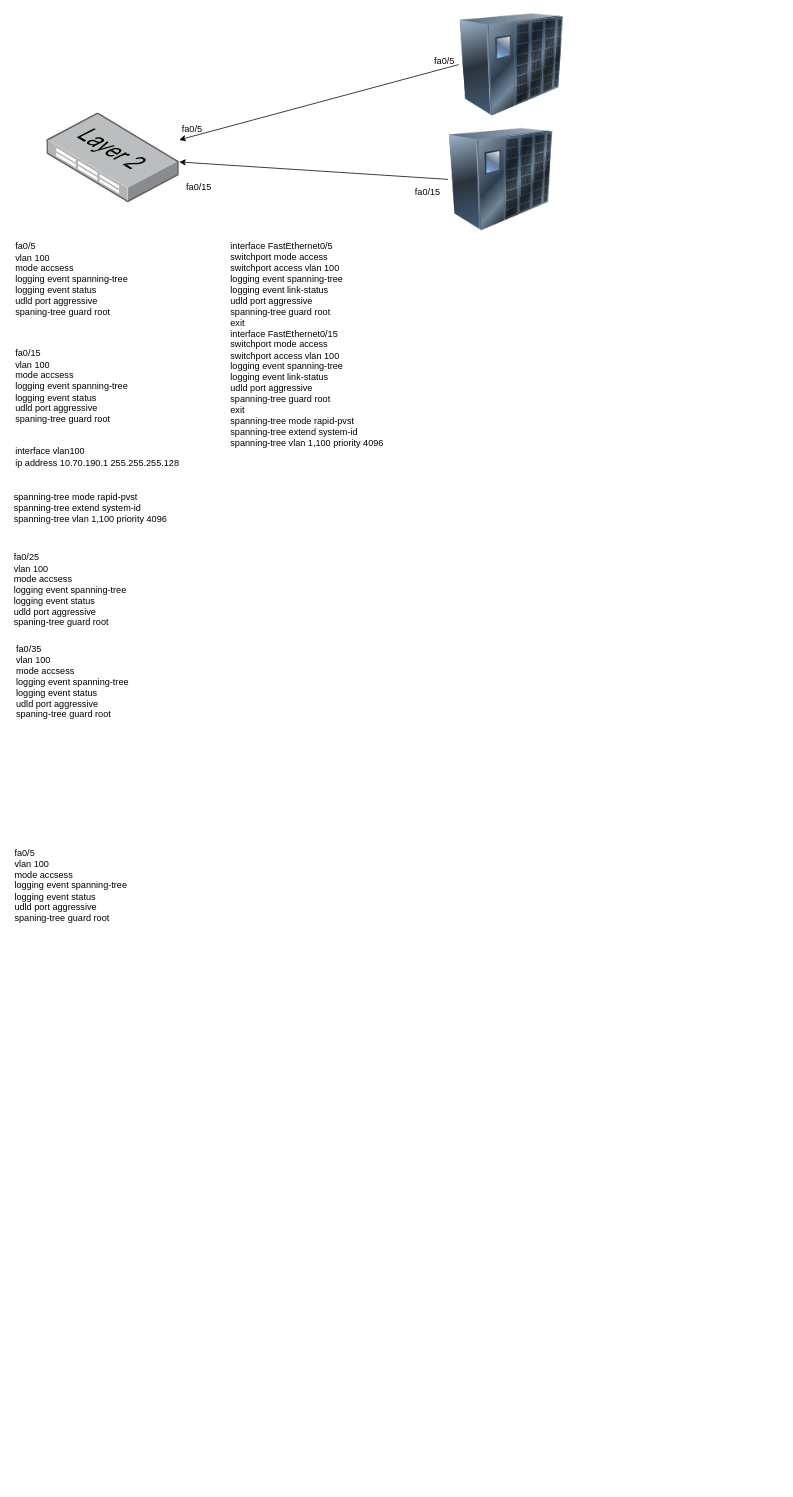
The draw.io diagram 名称未設定ファイル.drawio in kyforprogram/ccna, before the edit. Source tidied: cells renumbered, new cells numbered last; positions are measured from the earlier drawing's top-left corner, leaving out a move shared by most shapes. Both pictures are drawn from the tidied source at 76%, with x=0, y=0 at pixel (12, 13).
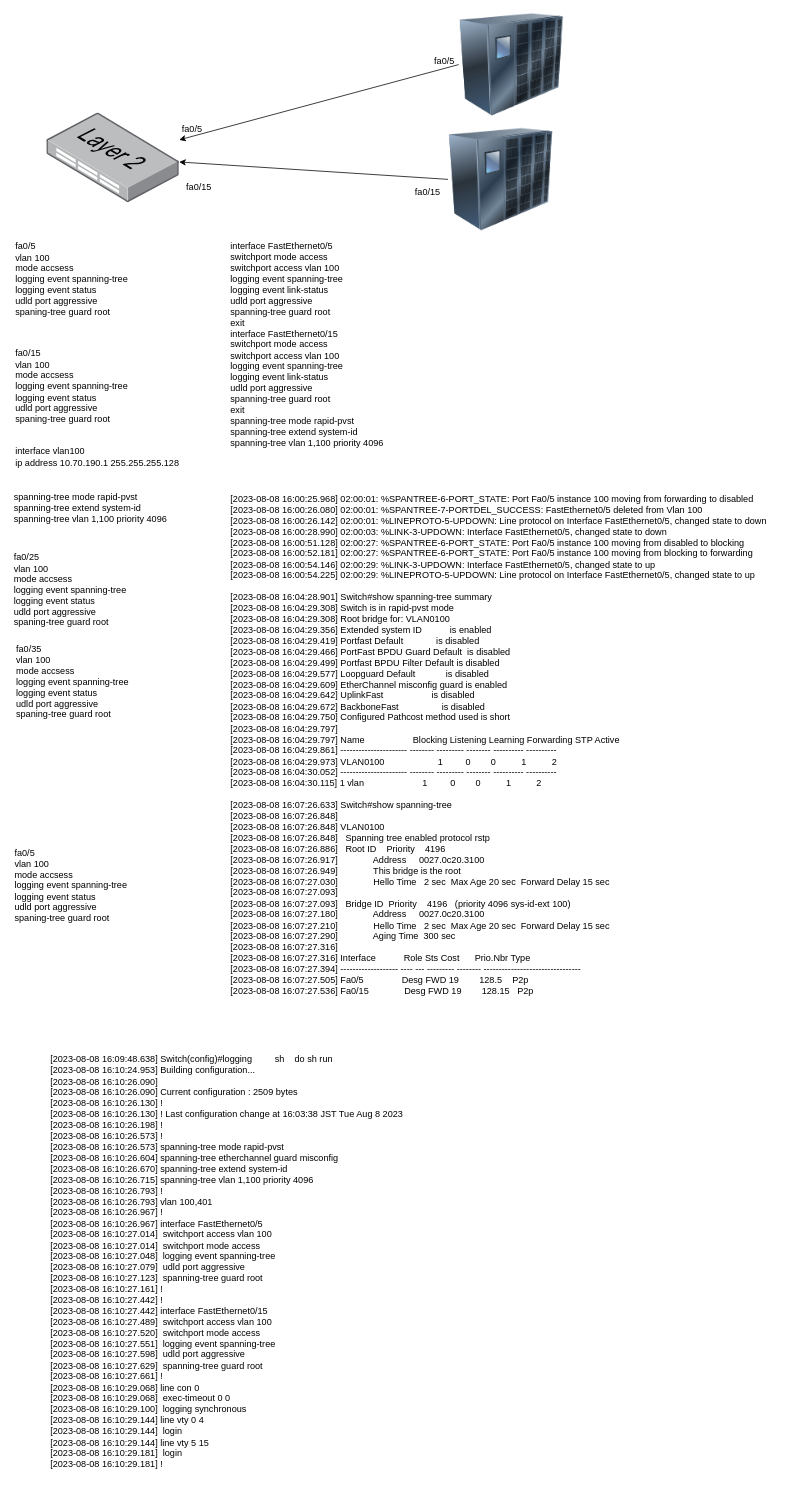
The same diagram, later.

Commit message:
名称未設定ファイル.drawio を更新します

What changed in the source:
```diff
@@
+    <mxCell id="19" value="&lt;div&gt;[2023-08-08 16:00:25.968] 02:00:01: %SPANTREE-6-PORT_STATE: Port Fa0/5 instance 100 moving from forwarding to disabled&lt;/div&gt;&lt;div&gt;[2023-08-08 16:00:26.080] 02:00:01: %SPANTREE-7-PORTDEL_SUCCESS: FastEthernet0/5 deleted from Vlan 100&lt;/div&gt;&lt;div&gt;[2023-08-08 16:00:26.142] 02:00:01: %LINEPROTO-5-UPDOWN: Line protocol on Interface FastEthernet0/5, changed state to down&lt;/div&gt;&lt;div&gt;[2023-08-08 16:00:28.990] 02:00:03: %LINK-3-UPDOWN: Interface FastEthernet0/5, changed state to down&lt;/div&gt;&lt;div&gt;[2023-08-08 16:00:51.128] 02:00:27: %SPANTREE-6-PORT_STATE: Port Fa0/5 instance 100 moving from disabled to blocking&lt;/div&gt;&lt;div&gt;[2023-08-08 16:00:52.181] 02:00:27: %SPANTREE-6-PORT_STATE: Port Fa0/5 instance 100 moving from blocking to forwarding&lt;/div&gt;&lt;div&gt;[2023-08-08 16:00:54.146] 02:00:29: %LINK-3-UPDOWN: Interface FastEthernet0/5, changed state to up&lt;/div&gt;&lt;div&gt;[2023-08-08 16:00:54.225] 02:00:29: %LINEPROTO-5-UPDOWN: Line protocol on Interface FastEthernet0/5, changed state to up&lt;/div&gt;&lt;div&gt;&lt;br&gt;&lt;/div&gt;&lt;div&gt;[2023-08-08 16:04:28.901] Switch#show spanning-tree summary&amp;nbsp;&lt;/div&gt;&lt;div&gt;[2023-08-08 16:04:29.308] Switch is in rapid-pvst mode&lt;/div&gt;&lt;div&gt;[2023-08-08 16:04:29.308] Root bridge for: VLAN0100&lt;/div&gt;&lt;div&gt;[2023-08-08 16:04:29.356] Extended system ID&amp;nbsp; &amp;nbsp; &amp;nbsp; &amp;nbsp; &amp;nbsp; &amp;nbsp;is enabled&lt;/div&gt;&lt;div&gt;[2023-08-08 16:04:29.419] Portfast Default&amp;nbsp; &amp;nbsp; &amp;nbsp; &amp;nbsp; &amp;nbsp; &amp;nbsp; &amp;nbsp;is disabled&lt;/div&gt;&lt;div&gt;[2023-08-08 16:04:29.466] PortFast BPDU Guard Default&amp;nbsp; is disabled&lt;/div&gt;&lt;div&gt;[2023-08-08 16:04:29.499] Portfast BPDU Filter Default is disabled&lt;/div&gt;&lt;div&gt;[2023-08-08 16:04:29.577] Loopguard Default&amp;nbsp; &amp;nbsp; &amp;nbsp; &amp;nbsp; &amp;nbsp; &amp;nbsp; is disabled&lt;/div&gt;&lt;div&gt;[2023-08-08 16:04:29.609] EtherChannel misconfig guard is enabled&lt;/div&gt;&lt;div&gt;[2023-08-08 16:04:29.642] UplinkFast&amp;nbsp; &amp;nbsp; &amp;nbsp; &amp;nbsp; &amp;nbsp; &amp;nbsp; &amp;nbsp; &amp;nbsp; &amp;nbsp; &amp;nbsp;is disabled&lt;/div&gt;&lt;div&gt;[2023-08-08 16:04:29.672] BackboneFast&amp;nbsp; &amp;nbsp; &amp;nbsp; &amp;nbsp; &amp;nbsp; &amp;nbsp; &amp;nbsp; &amp;nbsp; &amp;nbsp;is disabled&lt;/div&gt;&lt;div&gt;[2023-08-08 16:04:29.750] Configured Pathcost method used is short&lt;/div&gt;&lt;div&gt;[2023-08-08 16:04:29.797]&amp;nbsp;&lt;/div&gt;&lt;div&gt;[2023-08-08 16:04:29.797] Name&amp;nbsp; &amp;nbsp; &amp;nbsp; &amp;nbsp; &amp;nbsp; &amp;nbsp; &amp;nbsp; &amp;nbsp; &amp;nbsp; &amp;nbsp;Blocking Listening Learning Forwarding STP Active&lt;/div&gt;&lt;div&gt;[2023-08-08 16:04:29.861] ---------------------- -------- --------- -------- ---------- ----------&lt;/div&gt;&lt;div&gt;[2023-08-08 16:04:29.973] VLAN0100&amp;nbsp; &amp;nbsp; &amp;nbsp; &amp;nbsp; &amp;nbsp; &amp;nbsp; &amp;nbsp; &amp;nbsp; &amp;nbsp; &amp;nbsp; &amp;nbsp;1&amp;nbsp; &amp;nbsp; &amp;nbsp; &amp;nbsp; &amp;nbsp;0&amp;nbsp; &amp;nbsp; &amp;nbsp; &amp;nbsp; 0&amp;nbsp; &amp;nbsp; &amp;nbsp; &amp;nbsp; &amp;nbsp; 1&amp;nbsp; &amp;nbsp; &amp;nbsp; &amp;nbsp; &amp;nbsp; 2&lt;/div&gt;&lt;div&gt;[2023-08-08 16:04:30.052] ---------------------- -------- --------- -------- ---------- ----------&lt;/div&gt;&lt;div&gt;[2023-08-08 16:04:30.115] 1 vlan&amp;nbsp; &amp;nbsp; &amp;nbsp; &amp;nbsp; &amp;nbsp; &amp;nbsp; &amp;nbsp; &amp;nbsp; &amp;nbsp; &amp;nbsp; &amp;nbsp; &amp;nbsp;1&amp;nbsp; &amp;nbsp; &amp;nbsp; &amp;nbsp; &amp;nbsp;0&amp;nbsp; &amp;nbsp; &amp;nbsp; &amp;nbsp; 0&amp;nbsp; &amp;nbsp; &amp;nbsp; &amp;nbsp; &amp;nbsp; 1&amp;nbsp; &amp;nbsp; &amp;nbsp; &amp;nbsp; &amp;nbsp; 2&lt;/div&gt;&lt;div&gt;&lt;br&gt;&lt;/div&gt;&lt;div&gt;[2023-08-08 16:07:26.633] Switch#show spanning-tree&amp;nbsp;&lt;/div&gt;&lt;div&gt;[2023-08-08 16:07:26.848]&amp;nbsp;&lt;/div&gt;&lt;div&gt;[2023-08-08 16:07:26.848] VLAN0100&lt;/div&gt;&lt;div&gt;[2023-08-08 16:07:26.848]&amp;nbsp; &amp;nbsp;Spanning tree enabled protocol rstp&lt;/div&gt;&lt;div&gt;[2023-08-08 16:07:26.886]&amp;nbsp; &amp;nbsp;Root ID&amp;nbsp; &amp;nbsp; Priority&amp;nbsp; &amp;nbsp; 4196&lt;/div&gt;&lt;div&gt;[2023-08-08 16:07:26.917]&amp;nbsp; &amp;nbsp; &amp;nbsp; &amp;nbsp; &amp;nbsp; &amp;nbsp; &amp;nbsp; Address&amp;nbsp; &amp;nbsp; &amp;nbsp;0027.0c20.3100&lt;/div&gt;&lt;div&gt;[2023-08-08 16:07:26.949]&amp;nbsp; &amp;nbsp; &amp;nbsp; &amp;nbsp; &amp;nbsp; &amp;nbsp; &amp;nbsp; This bridge is the root&lt;/div&gt;&lt;div&gt;[2023-08-08 16:07:27.030]&amp;nbsp; &amp;nbsp; &amp;nbsp; &amp;nbsp; &amp;nbsp; &amp;nbsp; &amp;nbsp; Hello Time&amp;nbsp; &amp;nbsp;2 sec&amp;nbsp; Max Age 20 sec&amp;nbsp; Forward Delay 15 sec&lt;/div&gt;&lt;div&gt;[2023-08-08 16:07:27.093]&amp;nbsp;&lt;/div&gt;&lt;div&gt;[2023-08-08 16:07:27.093]&amp;nbsp; &amp;nbsp;Bridge ID&amp;nbsp; Priority&amp;nbsp; &amp;nbsp; 4196&amp;nbsp; &amp;nbsp;(priority 4096 sys-id-ext 100)&lt;/div&gt;&lt;div&gt;[2023-08-08 16:07:27.180]&amp;nbsp; &amp;nbsp; &amp;nbsp; &amp;nbsp; &amp;nbsp; &amp;nbsp; &amp;nbsp; Address&amp;nbsp; &amp;nbsp; &amp;nbsp;0027.0c20.3100&lt;/div&gt;&lt;div&gt;[2023-08-08 16:07:27.210]&amp;nbsp; &amp;nbsp; &amp;nbsp; &amp;nbsp; &amp;nbsp; &amp;nbsp; &amp;nbsp; Hello Time&amp;nbsp; &amp;nbsp;2 sec&amp;nbsp; Max Age 20 sec&amp;nbsp; Forward Delay 15 sec&lt;/div&gt;&lt;div&gt;[2023-08-08 16:07:27.290]&amp;nbsp; &amp;nbsp; &amp;nbsp; &amp;nbsp; &amp;nbsp; &amp;nbsp; &amp;nbsp; Aging Time&amp;nbsp; 300 sec&lt;/div&gt;&lt;div&gt;[2023-08-08 16:07:27.316]&amp;nbsp;&lt;/div&gt;&lt;div&gt;[2023-08-08 16:07:27.316] Interface&amp;nbsp; &amp;nbsp; &amp;nbsp; &amp;nbsp; &amp;nbsp; &amp;nbsp;Role Sts Cost&amp;nbsp; &amp;nbsp; &amp;nbsp; Prio.Nbr Type&lt;/div&gt;&lt;div&gt;[2023-08-08 16:07:27.394] ------------------- ---- --- --------- -------- --------------------------------&lt;/div&gt;&lt;div&gt;[2023-08-08 16:07:27.505] Fa0/5&amp;nbsp; &amp;nbsp; &amp;nbsp; &amp;nbsp; &amp;nbsp; &amp;nbsp; &amp;nbsp; &amp;nbsp;Desg FWD 19&amp;nbsp; &amp;nbsp; &amp;nbsp; &amp;nbsp; 128.5&amp;nbsp; &amp;nbsp; P2p&amp;nbsp;&lt;/div&gt;&lt;div&gt;[2023-08-08 16:07:27.536] Fa0/15&amp;nbsp; &amp;nbsp; &amp;nbsp; &amp;nbsp; &amp;nbsp; &amp;nbsp; &amp;nbsp; Desg FWD 19&amp;nbsp; &amp;nbsp; &amp;nbsp; &amp;nbsp; 128.15&amp;nbsp; &amp;nbsp;P2p&amp;nbsp;&lt;/div&gt;&lt;div&gt;&lt;br&gt;&lt;/div&gt;" style="text;html=1;align=left;verticalAlign=middle;strokeColor=none;fillColor=none;" parent="1" vertex="1">
+      <mxGeometry x="285" y="625" width="724" height="689" as="geometry" />
+    </mxCell>
+    <mxCell id="20" value="&lt;div&gt;&lt;div&gt;[2023-08-08 16:09:48.638] Switch(config)#logging&amp;nbsp; &amp;nbsp; &amp;nbsp; &amp;nbsp; &amp;nbsp;sh&amp;nbsp; &amp;nbsp; do sh run&lt;/div&gt;&lt;div&gt;[2023-08-08 16:10:24.953] Building configuration...&lt;/div&gt;&lt;div&gt;[2023-08-08 16:10:26.090]&amp;nbsp;&lt;/div&gt;&lt;div&gt;[2023-08-08 16:10:26.090] Current configuration : 2509 bytes&lt;/div&gt;&lt;div&gt;[2023-08-08 16:10:26.130] !&lt;/div&gt;&lt;div&gt;[2023-08-08 16:10:26.130] ! Last configuration change at 16:03:38 JST Tue Aug 8 2023&lt;/div&gt;&lt;div&gt;[2023-08-08 16:10:26.198] !&lt;/div&gt;&lt;div&gt;[2023-08-08 16:10:26.573] !&lt;/div&gt;&lt;div&gt;[2023-08-08 16:10:26.573] spanning-tree mode rapid-pvst&lt;/div&gt;&lt;div&gt;[2023-08-08 16:10:26.604] spanning-tree etherchannel guard misconfig&lt;/div&gt;&lt;div&gt;[2023-08-08 16:10:26.670] spanning-tree extend system-id&lt;/div&gt;&lt;div&gt;[2023-08-08 16:10:26.715] spanning-tree vlan 1,100 priority 4096&lt;/div&gt;&lt;div&gt;[2023-08-08 16:10:26.793] !&lt;/div&gt;&lt;div&gt;[2023-08-08 16:10:26.793] vlan 100,401&amp;nbsp;&lt;/div&gt;&lt;div&gt;[2023-08-08 16:10:26.967] !&lt;/div&gt;&lt;div&gt;[2023-08-08 16:10:26.967] interface FastEthernet0/5&lt;/div&gt;&lt;div&gt;[2023-08-08 16:10:27.014]&amp;nbsp; switchport access vlan 100&lt;/div&gt;&lt;div&gt;[2023-08-08 16:10:27.014]&amp;nbsp; switchport mode access&lt;/div&gt;&lt;div&gt;[2023-08-08 16:10:27.048]&amp;nbsp; logging event spanning-tree&lt;/div&gt;&lt;div&gt;[2023-08-08 16:10:27.079]&amp;nbsp; udld port aggressive&lt;/div&gt;&lt;div&gt;[2023-08-08 16:10:27.123]&amp;nbsp; spanning-tree guard root&lt;/div&gt;&lt;div&gt;[2023-08-08 16:10:27.161] !&lt;/div&gt;&lt;div&gt;[2023-08-08 16:10:27.442] !&lt;/div&gt;&lt;div&gt;[2023-08-08 16:10:27.442] interface FastEthernet0/15&lt;/div&gt;&lt;div&gt;[2023-08-08 16:10:27.489]&amp;nbsp; switchport access vlan 100&lt;/div&gt;&lt;div&gt;[2023-08-08 16:10:27.520]&amp;nbsp; switchport mode access&lt;/div&gt;&lt;div&gt;[2023-08-08 16:10:27.551]&amp;nbsp; logging event spanning-tree&lt;/div&gt;&lt;div&gt;[2023-08-08 16:10:27.598]&amp;nbsp; udld port aggressive&lt;/div&gt;&lt;div&gt;[2023-08-08 16:10:27.629]&amp;nbsp; spanning-tree guard root&lt;/div&gt;&lt;div&gt;[2023-08-08 16:10:27.661] !&lt;/div&gt;&lt;div&gt;[2023-08-08 16:10:29.068] line con 0&lt;/div&gt;&lt;div&gt;[2023-08-08 16:10:29.068]&amp;nbsp; exec-timeout 0 0&lt;/div&gt;&lt;div&gt;[2023-08-08 16:10:29.100]&amp;nbsp; logging synchronous&lt;/div&gt;&lt;div&gt;[2023-08-08 16:10:29.144] line vty 0 4&lt;/div&gt;&lt;div&gt;[2023-08-08 16:10:29.144]&amp;nbsp; login&lt;/div&gt;&lt;div&gt;[2023-08-08 16:10:29.144] line vty 5 15&lt;/div&gt;&lt;div&gt;[2023-08-08 16:10:29.181]&amp;nbsp; login&lt;/div&gt;&lt;div&gt;[2023-08-08 16:10:29.181] !&lt;/div&gt;&lt;/div&gt;&lt;div&gt;&lt;br&gt;&lt;/div&gt;" style="text;html=1;align=left;verticalAlign=middle;strokeColor=none;fillColor=none;" parent="1" vertex="1">
+      <mxGeometry x="48" y="1363" width="482" height="573" as="geometry" />
+    </mxCell>
```
